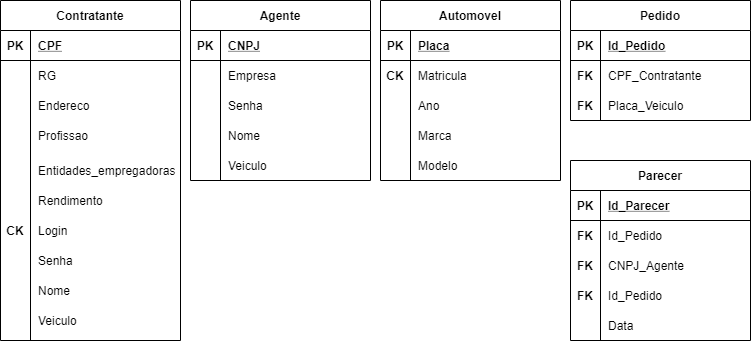
ianguelman/LDS-lab02 keeps this draw.io diagram as projeto/Modelo entidade relacionamento.png. Above is the earlier version. Source tidied: cells renumbered, new cells last; positions are measured from the earlier drawing's top-left corner, leaving out a move shared by most shapes.
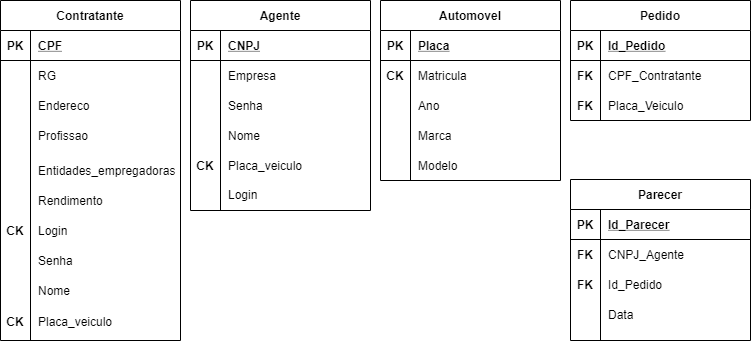
After the change.

Commit message:
Modelo entidade relacionamento atuzalido

What changed in the source:
```diff
@@ -56,11 +56,11 @@
     <mxCell id="19" value="Nome" style="shape=partialRectangle;fillColor=none;top=0;left=0;bottom=0;right=0;align=left;spacingLeft=6;overflow=hidden;" parent="1" vertex="1">
       <mxGeometry x="30" y="275" width="150" height="30" as="geometry" />
     </mxCell>
-    <mxCell id="20" value="Veiculo" style="shape=partialRectangle;fillColor=none;top=0;left=0;bottom=0;right=0;align=left;spacingLeft=6;overflow=hidden;" parent="1" vertex="1">
-      <mxGeometry x="30" y="305" width="150" height="30" as="geometry" />
+    <mxCell id="20" value="Placa_veiculo" style="shape=partialRectangle;fillColor=none;top=0;left=0;bottom=0;right=0;align=left;spacingLeft=6;overflow=hidden;" parent="1" vertex="1">
+      <mxGeometry x="220" y="150" width="150" height="30" as="geometry" />
     </mxCell>
     <mxCell id="21" value="Agente" style="shape=table;startSize=30;rowLines=0;fontStyle=1;align=center;" parent="1" vertex="1">
-      <mxGeometry x="190" width="180" height="180" as="geometry" />
+      <mxGeometry x="190" width="180" height="210" as="geometry" />
     </mxCell>
     <mxCell id="22" style="shape=partialRectangle;fillColor=none;top=0;left=0;bottom=1;right=0;" parent="21" vertex="1">
       <mxGeometry y="30" width="180" height="30" as="geometry" />
@@ -107,9 +107,6 @@
     <mxCell id="36" value="Nome" style="shape=partialRectangle;fillColor=none;top=0;left=0;bottom=0;right=0;align=left;spacingLeft=6;overflow=hidden;" parent="1" vertex="1">
       <mxGeometry x="220" y="120" width="150" height="30" as="geometry" />
     </mxCell>
-    <mxCell id="37" value="Veiculo" style="shape=partialRectangle;fillColor=none;top=0;left=0;bottom=0;right=0;align=left;spacingLeft=6;overflow=hidden;" parent="1" vertex="1">
-      <mxGeometry x="220" y="150" width="150" height="30" as="geometry" />
-    </mxCell>
     <mxCell id="38" value="Automovel" style="shape=table;startSize=30;rowLines=0;fontStyle=1;align=center;" parent="1" vertex="1">
       <mxGeometry x="380" width="180" height="180" as="geometry" />
     </mxCell>
@@ -186,7 +183,7 @@
       <mxGeometry x="30" width="150" height="30" as="geometry" />
     </mxCell>
     <mxCell id="63" value="Parecer" style="shape=table;startSize=30;rowLines=0;fontStyle=1;align=center;" parent="1" vertex="1">
-      <mxGeometry x="570" y="160" width="180" height="180" as="geometry" />
+      <mxGeometry x="570" y="179" width="180" height="161" as="geometry" />
     </mxCell>
     <mxCell id="64" style="shape=partialRectangle;fillColor=none;top=0;left=0;bottom=1;right=0;" parent="63" vertex="1">
       <mxGeometry y="30" width="180" height="30" as="geometry" />
@@ -197,17 +194,8 @@
     <mxCell id="66" value="Id_Parecer" style="shape=partialRectangle;fillColor=none;top=0;left=0;bottom=0;right=0;align=left;spacingLeft=6;fontStyle=5;overflow=hidden;" parent="64" vertex="1">
       <mxGeometry x="30" width="150" height="30" as="geometry" />
     </mxCell>
-    <mxCell id="67" style="shape=partialRectangle;fillColor=none;top=0;left=0;bottom=0;right=0;" parent="63" vertex="1">
-      <mxGeometry y="60" width="180" height="30" as="geometry" />
-    </mxCell>
-    <mxCell id="68" value="FK" style="shape=partialRectangle;fillColor=none;top=0;left=0;bottom=0;right=0;overflow=hidden;fontStyle=1;" parent="67" vertex="1">
-      <mxGeometry width="30" height="30" as="geometry" />
-    </mxCell>
-    <mxCell id="69" value="Id_Pedido" style="shape=partialRectangle;fillColor=none;top=0;left=0;bottom=0;right=0;align=left;spacingLeft=6;overflow=hidden;" parent="67" vertex="1">
-      <mxGeometry x="30" width="150" height="30" as="geometry" />
-    </mxCell>
     <mxCell id="70" style="shape=partialRectangle;fillColor=none;top=0;left=0;bottom=0;right=0;" parent="63" vertex="1">
-      <mxGeometry y="90" width="180" height="30" as="geometry" />
+      <mxGeometry y="60" width="180" height="30" as="geometry" />
     </mxCell>
     <mxCell id="71" value="FK" style="shape=partialRectangle;fillColor=none;top=0;left=0;bottom=0;right=0;overflow=hidden;fontStyle=1;" parent="70" vertex="1">
       <mxGeometry width="30" height="30" as="geometry" />
@@ -216,7 +204,7 @@
       <mxGeometry x="30" width="150" height="30" as="geometry" />
     </mxCell>
     <mxCell id="73" style="shape=partialRectangle;fillColor=none;top=0;left=0;bottom=0;right=0;" parent="63" vertex="1">
-      <mxGeometry y="120" width="180" height="30" as="geometry" />
+      <mxGeometry y="90" width="180" height="30" as="geometry" />
     </mxCell>
     <mxCell id="74" value="FK" style="shape=partialRectangle;fillColor=none;top=0;left=0;bottom=0;right=0;overflow=hidden;fontStyle=1;" parent="73" vertex="1">
       <mxGeometry width="30" height="30" as="geometry" />
@@ -225,7 +213,7 @@
       <mxGeometry x="30" width="150" height="30" as="geometry" />
     </mxCell>
     <mxCell id="76" style="shape=partialRectangle;fillColor=none;top=0;left=0;bottom=0;right=0;" parent="63" vertex="1">
-      <mxGeometry y="150" width="180" height="30" as="geometry" />
+      <mxGeometry y="120" width="180" height="30" as="geometry" />
     </mxCell>
     <mxCell id="77" style="shape=partialRectangle;fillColor=none;top=0;left=0;bottom=0;right=0;overflow=hidden;fontStyle=1;" parent="76" vertex="1">
       <mxGeometry width="30" height="30" as="geometry" />
@@ -233,5 +221,17 @@
     <mxCell id="78" value="Data" style="shape=partialRectangle;fillColor=none;top=0;left=0;bottom=0;right=0;align=left;spacingLeft=6;overflow=hidden;" parent="76" vertex="1">
       <mxGeometry x="30" width="150" height="30" as="geometry" />
     </mxCell>
+    <mxCell id="79" value="CK" style="shape=partialRectangle;fillColor=none;top=0;left=0;bottom=0;right=0;fontStyle=1;overflow=hidden;" parent="1" vertex="1">
+      <mxGeometry y="306" width="30" height="30" as="geometry" />
+    </mxCell>
+    <mxCell id="80" value="Placa_veiculo" style="shape=partialRectangle;fillColor=none;top=0;left=0;bottom=0;right=0;align=left;spacingLeft=6;overflow=hidden;" parent="1" vertex="1">
+      <mxGeometry x="30" y="306" width="150" height="30" as="geometry" />
+    </mxCell>
+    <mxCell id="81" value="CK" style="shape=partialRectangle;fillColor=none;top=0;left=0;bottom=0;right=0;fontStyle=1;overflow=hidden;" parent="1" vertex="1">
+      <mxGeometry x="190" y="150" width="30" height="30" as="geometry" />
+    </mxCell>
+    <mxCell id="82" value="Login" style="shape=partialRectangle;fillColor=none;top=0;left=0;bottom=0;right=0;align=left;spacingLeft=6;overflow=hidden;" parent="1" vertex="1">
+      <mxGeometry x="220" y="179" width="150" height="30" as="geometry" />
+    </mxCell>
   </root>
 </mxGraphModel>
```
